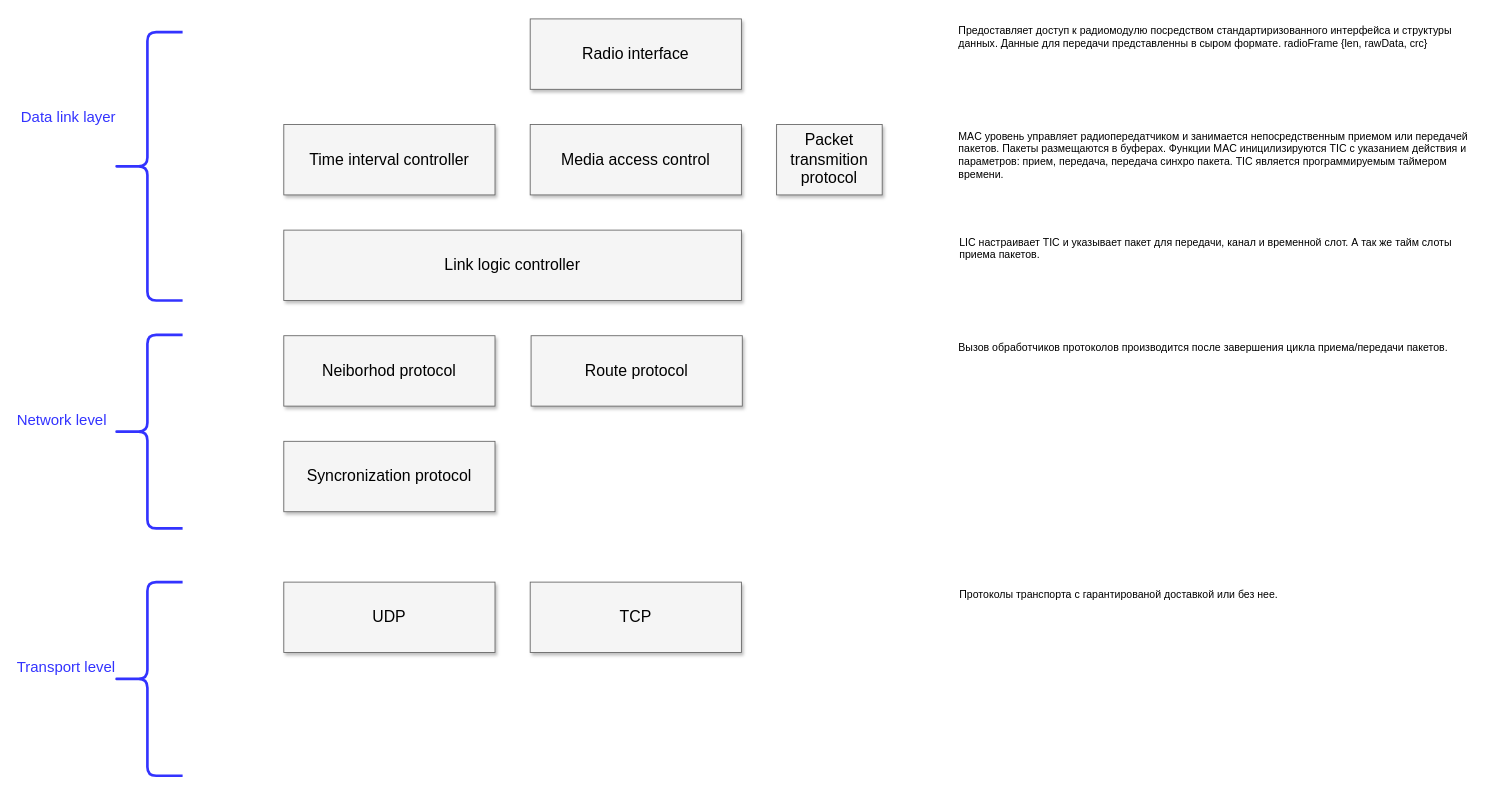
Earlier version of the draw.io diagram documentation/protocol/interaction of protocols.drawio (saurex83/WMNU). Source tidied: cells renumbered, new cells numbered last; positions are measured from the earlier drawing's top-left corner, leaving out a move shared by most shapes. Both pictures are drawn from the tidied source at 88%, with x=0, y=0 at pixel (15, 18).
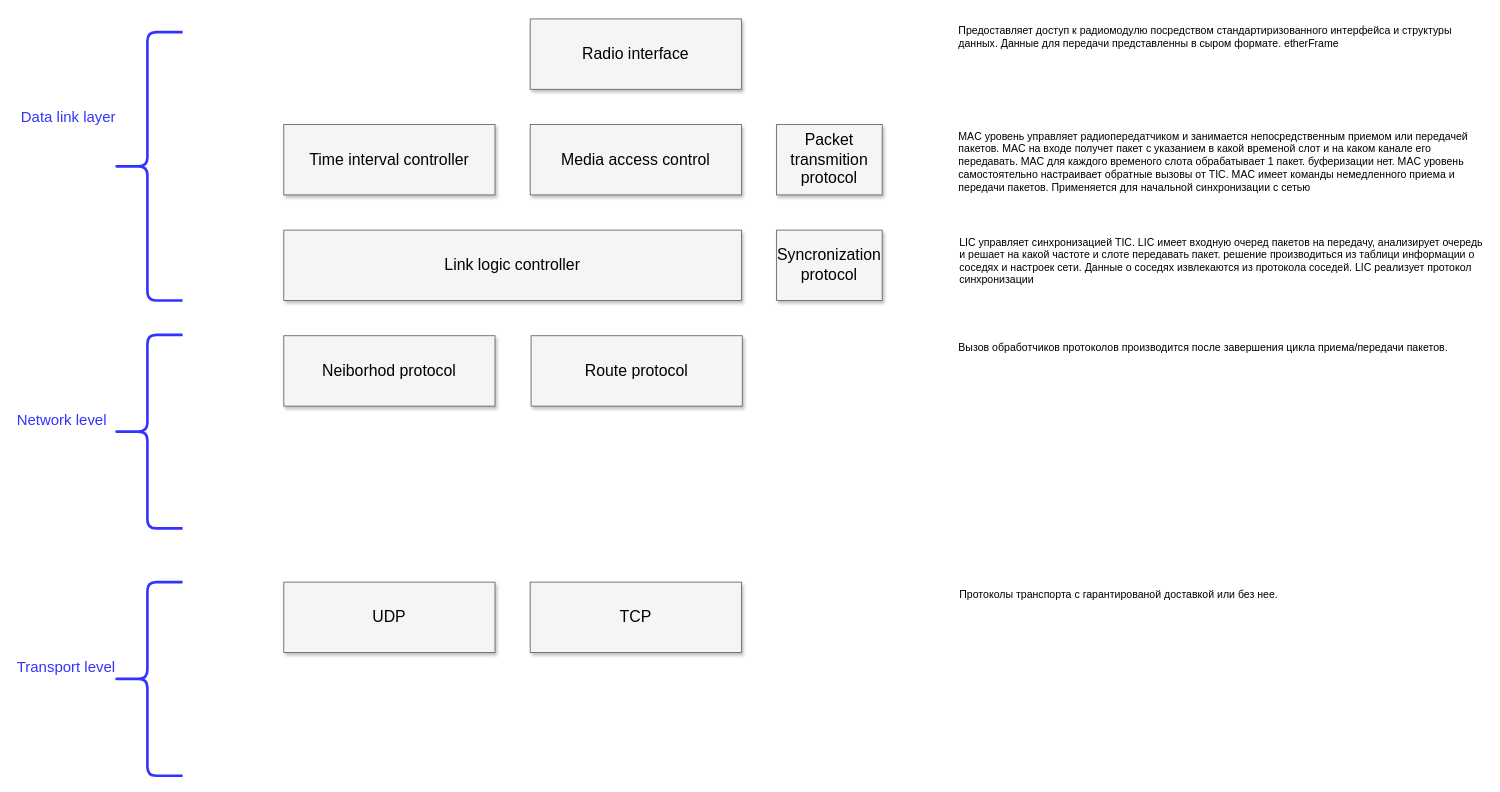
The same page after the edit.

What changed in the source:
```diff
@@
-    <mxCell id="11" value="Предоставляет доступ к радиомодулю посредством стандартиризованного интерфейса и структуры данных. Данные для передачи представленны в сыром формате. radioFrame {len, rawData, crc}" style="text;strokeColor=none;fillColor=none;align=left;verticalAlign=top;whiteSpace=wrap;rounded=0;labelPosition=center;verticalLabelPosition=middle;html=1;horizontal=1;labelBackgroundColor=none;labelBorderColor=none;" parent="1" vertex="1">
+    <mxCell id="11" value="Предоставляет доступ к радиомодулю посредством стандартиризованного интерфейса и структуры данных. Данные для передачи представленны в сыром формате. etherFrame" style="text;strokeColor=none;fillColor=none;align=left;verticalAlign=top;whiteSpace=wrap;rounded=0;labelPosition=center;verticalLabelPosition=middle;html=1;horizontal=1;labelBackgroundColor=none;labelBorderColor=none;" parent="1" vertex="1">
       <mxGeometry x="1070" width="600" height="80" as="geometry" />
     </mxCell>
-    <mxCell id="12" value="MAC уровень управляет радиопередатчиком и занимается непосредственным приемом или передачей пакетов. Пакеты размещаются в буферах. Функции MAC иницилизируются TIC с указанием действия и параметров: прием, передача, передача синхро пакета. TIC является программируемым таймером времени." style="text;strokeColor=none;fillColor=none;align=left;verticalAlign=top;whiteSpace=wrap;rounded=0;labelPosition=center;verticalLabelPosition=middle;html=1;horizontal=1;labelBackgroundColor=none;labelBorderColor=none;" parent="1" vertex="1">
+    <mxCell id="12" value="MAC уровень управляет радиопередатчиком и занимается непосредственным приемом или передачей пакетов. MAC на входе получет пакет с указанием в какой временой слот и на каком канале его передавать. МАС для каждого временого слота обрабатывает 1 пакет. буферизации нет. MAC уровень самостоятельно настраивает обратные вызовы от TIC. MAC имеет команды немедленного приема и передачи пакетов. Применяется для начальной синхронизации с сетью" style="text;strokeColor=none;fillColor=none;align=left;verticalAlign=top;whiteSpace=wrap;rounded=0;labelPosition=center;verticalLabelPosition=middle;html=1;horizontal=1;labelBackgroundColor=none;labelBorderColor=none;" parent="1" vertex="1">
       <mxGeometry x="1070" y="120" width="600" height="80" as="geometry" />
     </mxCell>
@@
-    <mxCell id="15" value="Syncronization protocol" style="whiteSpace=wrap;html=1;shadow=1;fontSize=18;fillColor=#f5f5f5;strokeColor=#666666;" parent="1" vertex="1">
-      <mxGeometry x="305" y="480" width="240" height="80" as="geometry" />
-    </mxCell>
-    <mxCell id="16" value="LIC настраивает TIC и указывает пакет для передачи, канал и временной слот. А так же тайм слоты приема пакетов." style="text;strokeColor=none;fillColor=none;align=left;verticalAlign=top;whiteSpace=wrap;rounded=0;labelPosition=center;verticalLabelPosition=middle;html=1;horizontal=1;labelBackgroundColor=none;labelBorderColor=none;" parent="1" vertex="1">
+    <mxCell id="16" value="LIC управляет синхронизацией TIC. LIC имеет входную очеред пакетов на передачу, анализирует очередь и решает на какой частоте и слоте передавать пакет. решение производиться из таблици информации о соседях и настроек сети. Данные о соседях извлекаются из протокола соседей. LIC реализует протокол синхронизации" style="text;strokeColor=none;fillColor=none;align=left;verticalAlign=top;whiteSpace=wrap;rounded=0;labelPosition=center;verticalLabelPosition=middle;html=1;horizontal=1;labelBackgroundColor=none;labelBorderColor=none;" parent="1" vertex="1">
       <mxGeometry x="1071" y="240" width="600" height="80" as="geometry" />
     </mxCell>
@@
+    <mxCell id="15" value="Syncronization&lt;br&gt;protocol" style="whiteSpace=wrap;html=1;shadow=1;fontSize=18;fillColor=#f5f5f5;strokeColor=#666666;" parent="1" vertex="1">
+      <mxGeometry x="865" y="240" width="120" height="80" as="geometry" />
+    </mxCell>
```
